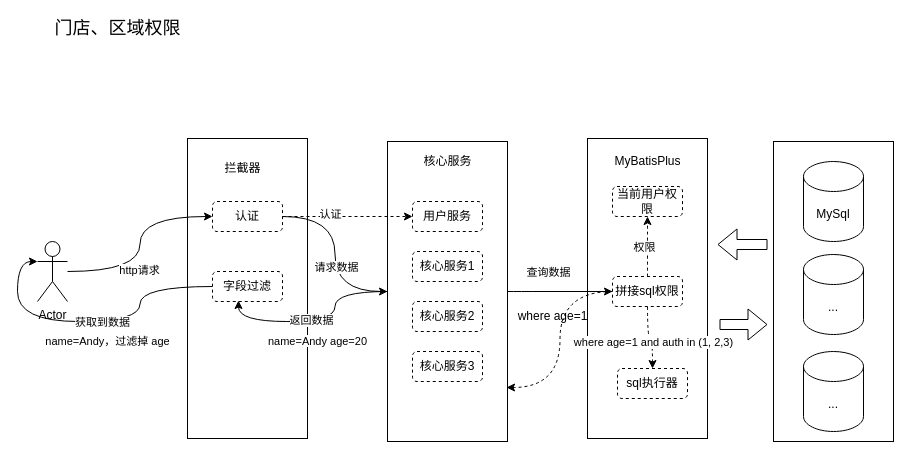
Above: rongda-dep/牙管家-诊所/区域权限.drawio in cherishsince/diagrams.net (draw.io), before the change. Source tidied: cells renumbered, new cells numbered last; positions are measured from the earlier drawing's top-left corner, leaving out a move shared by most shapes. Both pictures are drawn from the tidied source at 100%, with x=0, y=0 at pixel (32, 18).
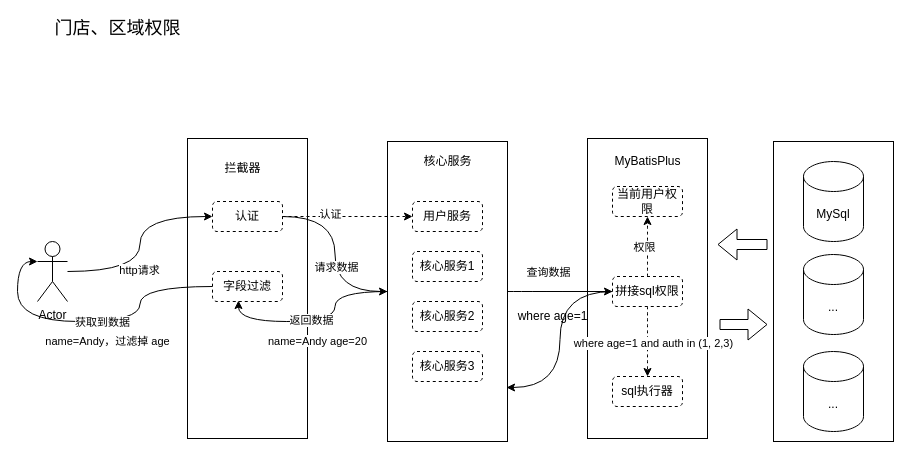
After the change.

Commit message:
更新区域权限.drawio

Unchanged cells that the change refers to:
```xml
<mxCell id="20" style="rounded=0;whiteSpace=wrap;html=1;" parent="1" vertex="1">
  <mxGeometry x="355" y="123" width="120" height="300" as="geometry" />
</mxCell>
<mxCell id="42" value="拼接sql权限" style="rounded=1;whiteSpace=wrap;html=1;dashed=1;" parent="1" vertex="1">
  <mxGeometry x="580" y="258" width="70" height="30" as="geometry" />
</mxCell>
```

Diff of the diagram source:
```diff
@@
-    <mxCell id="41" style="edgeStyle=orthogonalEdgeStyle;curved=1;rounded=0;jettySize=auto;html=1;entryX=0.992;entryY=0.82;entryDx=0;entryDy=0;entryPerimeter=0;dashed=1;" parent="1" edge="1" source="42" target="20">
+    <mxCell id="41" style="edgeStyle=orthogonalEdgeStyle;curved=1;rounded=0;jettySize=auto;html=1;entryX=0.992;entryY=0.82;entryDx=0;entryDy=0;entryPerimeter=0;" parent="1" edge="1" source="42" target="20">
       <mxGeometry relative="1" as="geometry" />
     </mxCell>
@@
     <mxCell id="43" value="sql执行器" style="rounded=1;whiteSpace=wrap;html=1;dashed=1;" parent="1" vertex="1">
-      <mxGeometry x="585" y="350" width="70" height="30" as="geometry" />
+      <mxGeometry x="580" y="358" width="70" height="30" as="geometry" />
     </mxCell>
```
